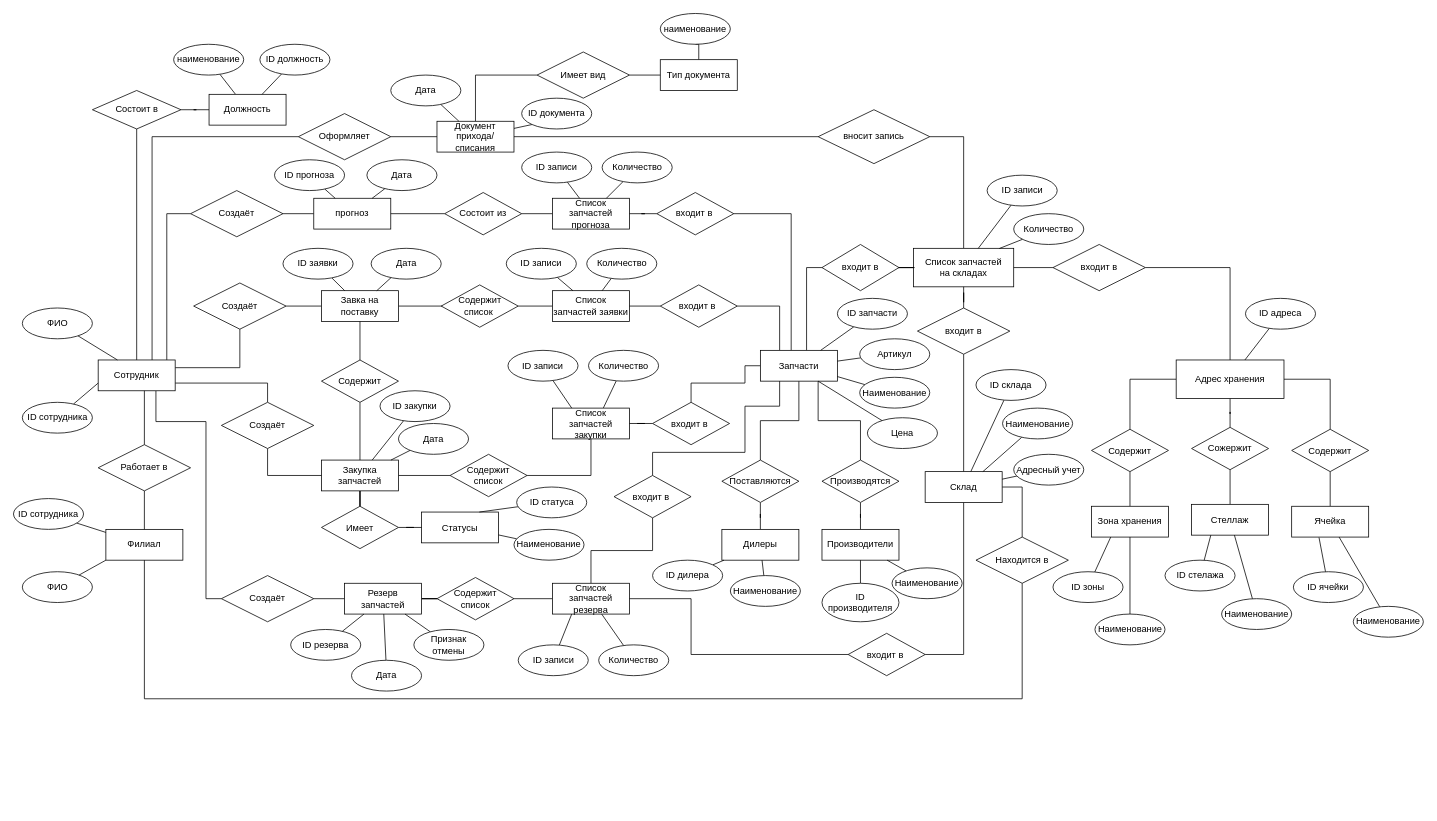
Before: ER модель.drawio in aapoplavskii/Project_Otus_SA, a draw.io diagram. Source tidied: cells renumbered, new cells numbered last; positions are measured from the earlier drawing's top-left corner, leaving out a move shared by most shapes. Both pictures are drawn from the tidied source at 77%, with x=0, y=0 at pixel (13, 13).
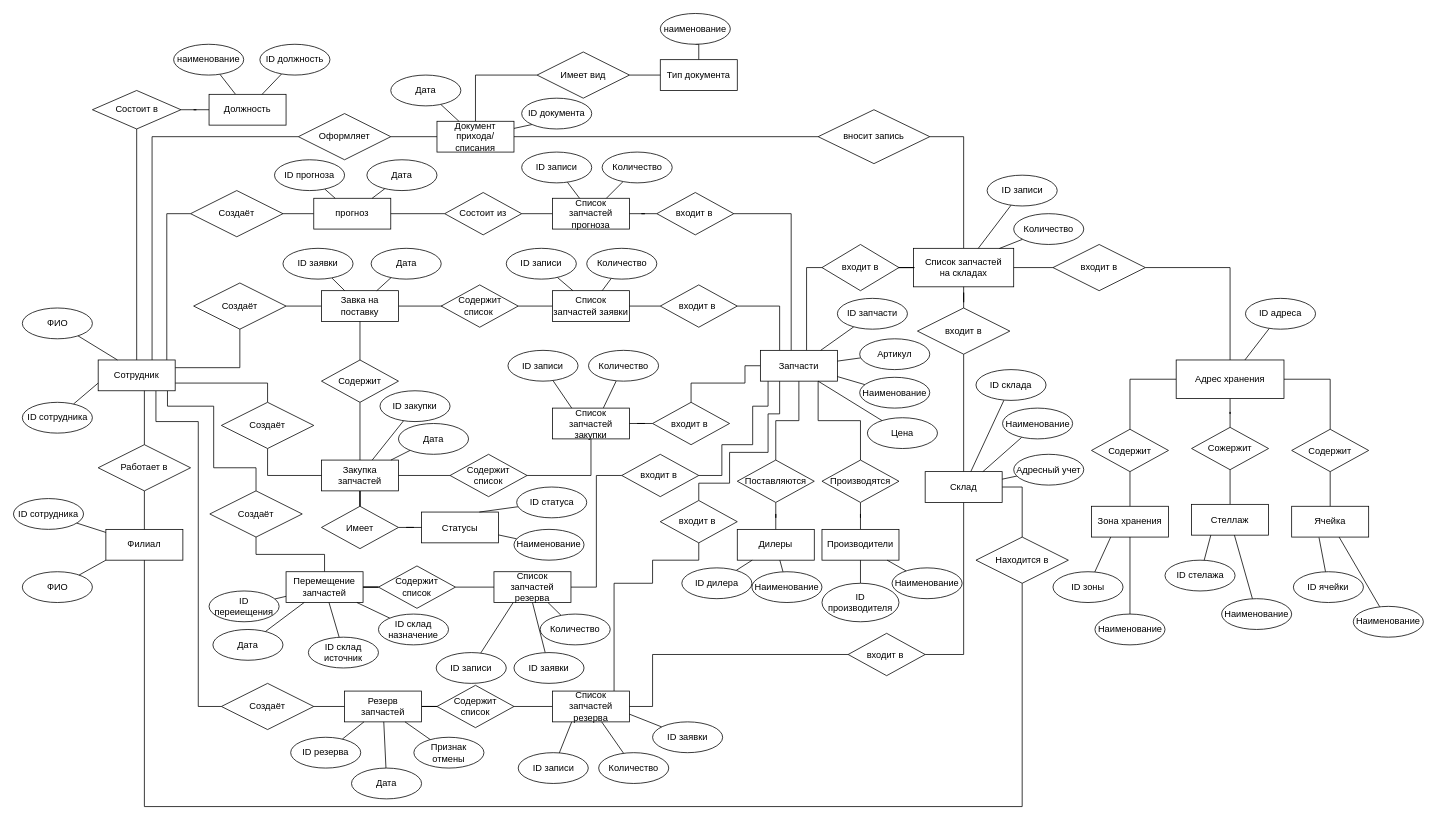
The same diagram, later.

Commit message (it also covers changes not shown here):
добавил везде перемещение

The change refers to these unchanged cells:
```xml
<mxCell id="9" value="Сотрудник" style="whiteSpace=wrap;html=1;align=center;" parent="1" vertex="1">
  <mxGeometry x="110" y="450" width="100" height="40" as="geometry" />
</mxCell>
<mxCell id="14" value="Филиал" style="whiteSpace=wrap;html=1;align=center;" parent="1" vertex="1">
  <mxGeometry x="120" y="670" width="100" height="40" as="geometry" />
</mxCell>
<mxCell id="38" value="Запчасти" style="whiteSpace=wrap;html=1;align=center;" parent="1" vertex="1">
  <mxGeometry x="970" y="437.5" width="100" height="40" as="geometry" />
</mxCell>
<mxCell id="61" value="Находится в" style="shape=rhombus;perimeter=rhombusPerimeter;whiteSpace=wrap;html=1;align=center;rotation=0;" parent="1" vertex="1">
  <mxGeometry x="1250" y="680" width="120" height="60" as="geometry" />
</mxCell>
<mxCell id="117" value="входит в&amp;nbsp;" style="shape=rhombus;perimeter=rhombusPerimeter;whiteSpace=wrap;html=1;align=center;" parent="1" vertex="1">
  <mxGeometry x="1084" y="805" width="100" height="55" as="geometry" />
</mxCell>
```

Change to the diagram source:
```diff
@@
     <mxCell id="8" style="edgeStyle=orthogonalEdgeStyle;rounded=0;jettySize=auto;html=1;exitX=0.75;exitY=1;exitDx=0;exitDy=0;endArrow=none;endFill=0;entryX=0;entryY=0.5;entryDx=0;entryDy=0;" parent="1" edge="1" source="9" target="107">
       <mxGeometry relative="1" as="geometry">
         <Array as="points">
           <mxPoint x="185" y="530" />
-          <mxPoint x="250" y="530" />
-          <mxPoint x="250" y="760" />
+          <mxPoint x="240" y="530" />
+          <mxPoint x="240" y="900" />
         </Array>
       </mxGeometry>
     </mxCell>
+    <mxCell id="209" style="edgeStyle=orthogonalEdgeStyle;rounded=0;jettySize=auto;html=1;entryX=0.5;entryY=0;entryDx=0;entryDy=0;endArrow=none;endFill=0;" parent="1" edge="1" source="9" target="214">
+      <mxGeometry relative="1" as="geometry">
+        <Array as="points">
+          <mxPoint x="200" y="510" />
+          <mxPoint x="260" y="510" />
+          <mxPoint x="260" y="590" />
+          <mxPoint x="315" y="590" />
+        </Array>
+      </mxGeometry>
+    </mxCell>
@@
+    <mxCell id="210" style="edgeStyle=orthogonalEdgeStyle;rounded=0;jettySize=auto;html=1;entryX=0.5;entryY=0;entryDx=0;entryDy=0;exitX=0.25;exitY=1;exitDx=0;exitDy=0;endArrow=none;endFill=0;" parent="1" edge="1" source="38" target="115">
+      <mxGeometry relative="1" as="geometry">
+        <Array as="points">
+          <mxPoint x="995" y="520" />
+          <mxPoint x="980" y="520" />
+          <mxPoint x="980" y="570" />
+          <mxPoint x="930" y="570" />
+          <mxPoint x="930" y="610" />
+          <mxPoint x="890" y="610" />
+        </Array>
+      </mxGeometry>
+    </mxCell>
+    <mxCell id="211" style="edgeStyle=orthogonalEdgeStyle;rounded=0;jettySize=auto;html=1;entryX=1;entryY=0.5;entryDx=0;entryDy=0;endArrow=none;endFill=0;" parent="1" edge="1" source="38" target="212">
+      <mxGeometry relative="1" as="geometry">
+        <Array as="points">
+          <mxPoint x="980" y="510" />
+          <mxPoint x="960" y="510" />
+          <mxPoint x="960" y="560" />
+          <mxPoint x="920" y="560" />
+          <mxPoint x="920" y="600" />
+        </Array>
+      </mxGeometry>
+    </mxCell>
@@
     <mxCell id="47" value="Поставляются" style="shape=rhombus;perimeter=rhombusPerimeter;whiteSpace=wrap;html=1;align=center;" parent="1" vertex="1">
-      <mxGeometry x="920" y="580" width="100" height="55" as="geometry" />
+      <mxGeometry x="940" y="580" width="100" height="55" as="geometry" />
     </mxCell>
     <mxCell id="48" value="Дилеры" style="whiteSpace=wrap;html=1;align=center;" parent="1" vertex="1">
-      <mxGeometry x="920" y="670" width="100" height="40" as="geometry" />
+      <mxGeometry x="940" y="670" width="100" height="40" as="geometry" />
     </mxCell>
@@
     <mxCell id="60" style="edgeStyle=orthogonalEdgeStyle;rounded=0;jettySize=auto;html=1;entryX=0.5;entryY=1;entryDx=0;entryDy=0;exitX=0.5;exitY=1;exitDx=0;exitDy=0;endArrow=none;endFill=0;" parent="1" edge="1" source="61" target="14">
       <mxGeometry relative="1" as="geometry">
         <Array as="points">
-          <mxPoint x="1310" y="890" />
-          <mxPoint x="170" y="890" />
+          <mxPoint x="1310" y="1030" />
+          <mxPoint x="170" y="1030" />
         </Array>
       </mxGeometry>
     </mxCell>
@@
     <mxCell id="107" value="Создаёт" style="shape=rhombus;perimeter=rhombusPerimeter;whiteSpace=wrap;html=1;align=center;" parent="1" vertex="1">
-      <mxGeometry x="270" y="730" width="120" height="60" as="geometry" />
+      <mxGeometry x="270" y="870" width="120" height="60" as="geometry" />
     </mxCell>
@@
     <mxCell id="109" value="Резерв запчастей" style="whiteSpace=wrap;html=1;align=center;" parent="1" vertex="1">
-      <mxGeometry x="430" y="740" width="100" height="40" as="geometry" />
+      <mxGeometry x="430" y="880" width="100" height="40" as="geometry" />
     </mxCell>
@@
     <mxCell id="111" value="Содержит &lt;br&gt;список" style="shape=rhombus;perimeter=rhombusPerimeter;whiteSpace=wrap;html=1;align=center;" parent="1" vertex="1">
-      <mxGeometry x="550" y="732.5" width="100" height="55" as="geometry" />
+      <mxGeometry x="550" y="872.5" width="100" height="55" as="geometry" />
     </mxCell>
     <mxCell id="112" style="edgeStyle=orthogonalEdgeStyle;rounded=0;jettySize=auto;html=1;entryX=0.5;entryY=1;entryDx=0;entryDy=0;endArrow=none;endFill=0;" parent="1" edge="1" source="113" target="115">
-      <mxGeometry relative="1" as="geometry" />
+      <mxGeometry relative="1" as="geometry">
+        <Array as="points">
+          <mxPoint x="780" y="740" />
+          <mxPoint x="830" y="740" />
+          <mxPoint x="830" y="710" />
+          <mxPoint x="890" y="710" />
+        </Array>
+      </mxGeometry>
     </mxCell>
     <mxCell id="113" value="Список запчастей резерва" style="whiteSpace=wrap;html=1;align=center;" parent="1" vertex="1">
-      <mxGeometry x="700" y="740" width="100" height="40" as="geometry" />
+      <mxGeometry x="700" y="880" width="100" height="40" as="geometry" />
     </mxCell>
-    <mxCell id="114" style="edgeStyle=orthogonalEdgeStyle;rounded=0;jettySize=auto;html=1;entryX=0.25;entryY=1;entryDx=0;entryDy=0;endArrow=none;endFill=0;" parent="1" edge="1" source="115" target="38">
-      <mxGeometry relative="1" as="geometry">
-        <Array as="points">
-          <mxPoint x="830" y="570" />
-          <mxPoint x="950" y="570" />
-          <mxPoint x="950" y="510" />
-          <mxPoint x="995" y="510" />
-        </Array>
-      </mxGeometry>
-    </mxCell>
     <mxCell id="115" value="входит в&amp;nbsp;" style="shape=rhombus;perimeter=rhombusPerimeter;whiteSpace=wrap;html=1;align=center;" parent="1" vertex="1">
-      <mxGeometry x="780" y="600" width="100" height="55" as="geometry" />
+      <mxGeometry x="840" y="632.5" width="100" height="55" as="geometry" />
     </mxCell>
     <mxCell id="116" style="edgeStyle=orthogonalEdgeStyle;rounded=0;jettySize=auto;html=1;entryX=1;entryY=0.5;entryDx=0;entryDy=0;endArrow=none;endFill=0;" parent="1" edge="1" source="117" target="113">
       <mxGeometry relative="1" as="geometry">
         <Array as="points">
-          <mxPoint x="880" y="833" />
-          <mxPoint x="880" y="760" />
+          <mxPoint x="830" y="833" />
+          <mxPoint x="830" y="900" />
         </Array>
       </mxGeometry>
     </mxCell>
@@
     <mxCell id="160" value="ID резерва" style="ellipse;whiteSpace=wrap;html=1;" parent="1" vertex="1">
-      <mxGeometry x="360" y="800" width="91" height="40" as="geometry" />
+      <mxGeometry x="360" y="940" width="91" height="40" as="geometry" />
     </mxCell>
@@
     <mxCell id="162" value="Дата" style="ellipse;whiteSpace=wrap;html=1;" parent="1" vertex="1">
-      <mxGeometry x="439" y="840" width="91" height="40" as="geometry" />
+      <mxGeometry x="439" y="980" width="91" height="40" as="geometry" />
     </mxCell>
@@
     <mxCell id="164" value="Признак&lt;br&gt;отмены" style="ellipse;whiteSpace=wrap;html=1;" parent="1" vertex="1">
-      <mxGeometry x="520" y="800" width="91" height="40" as="geometry" />
+      <mxGeometry x="520" y="940" width="91" height="40" as="geometry" />
     </mxCell>
@@
     <mxCell id="166" value="ID записи" style="ellipse;whiteSpace=wrap;html=1;" parent="1" vertex="1">
-      <mxGeometry x="655.5" y="820" width="91" height="40" as="geometry" />
+      <mxGeometry x="655.5" y="960" width="91" height="40" as="geometry" />
     </mxCell>
@@
     <mxCell id="168" value="Количество" style="ellipse;whiteSpace=wrap;html=1;" parent="1" vertex="1">
-      <mxGeometry x="760" y="820" width="91" height="40" as="geometry" />
+      <mxGeometry x="760" y="960" width="91" height="40" as="geometry" />
     </mxCell>
@@
     <mxCell id="170" value="ID дилера" style="ellipse;whiteSpace=wrap;html=1;" parent="1" vertex="1">
-      <mxGeometry x="830" y="710" width="91" height="40" as="geometry" />
+      <mxGeometry x="868" y="720" width="91" height="40" as="geometry" />
     </mxCell>
@@
     <mxCell id="172" value="Наименование" style="ellipse;whiteSpace=wrap;html=1;" parent="1" vertex="1">
-      <mxGeometry x="931" y="730" width="91" height="40" as="geometry" />
+      <mxGeometry x="959" y="725" width="91" height="40" as="geometry" />
     </mxCell>
@@
+    <mxCell id="212" value="входит в&amp;nbsp;" style="shape=rhombus;perimeter=rhombusPerimeter;whiteSpace=wrap;html=1;align=center;" parent="1" vertex="1">
+      <mxGeometry x="790" y="572.5" width="100" height="55" as="geometry" />
+    </mxCell>
+    <mxCell id="213" style="edgeStyle=orthogonalEdgeStyle;rounded=0;jettySize=auto;html=1;endArrow=none;endFill=0;" parent="1" edge="1" source="214" target="216">
+      <mxGeometry relative="1" as="geometry" />
+    </mxCell>
+    <mxCell id="214" value="Создаёт" style="shape=rhombus;perimeter=rhombusPerimeter;whiteSpace=wrap;html=1;align=center;" parent="1" vertex="1">
+      <mxGeometry x="255" y="620" width="120" height="60" as="geometry" />
+    </mxCell>
+    <mxCell id="215" style="edgeStyle=orthogonalEdgeStyle;rounded=0;jettySize=auto;html=1;entryX=0;entryY=0.5;entryDx=0;entryDy=0;endArrow=none;endFill=0;" parent="1" edge="1" source="216" target="218">
+      <mxGeometry relative="1" as="geometry" />
+    </mxCell>
+    <mxCell id="216" value="Перемещение запчастей" style="whiteSpace=wrap;html=1;align=center;" parent="1" vertex="1">
+      <mxGeometry x="354" y="725" width="100" height="40" as="geometry" />
+    </mxCell>
+    <mxCell id="217" style="edgeStyle=orthogonalEdgeStyle;rounded=0;jettySize=auto;html=1;entryX=0;entryY=0.5;entryDx=0;entryDy=0;endArrow=none;endFill=0;" parent="1" edge="1" source="218" target="220">
+      <mxGeometry relative="1" as="geometry" />
+    </mxCell>
+    <mxCell id="218" value="Содержит &lt;br&gt;список" style="shape=rhombus;perimeter=rhombusPerimeter;whiteSpace=wrap;html=1;align=center;" parent="1" vertex="1">
+      <mxGeometry x="474" y="717.5" width="100" height="55" as="geometry" />
+    </mxCell>
+    <mxCell id="219" style="edgeStyle=orthogonalEdgeStyle;rounded=0;jettySize=auto;html=1;entryX=0;entryY=0.5;entryDx=0;entryDy=0;endArrow=none;endFill=0;" parent="1" edge="1" source="220" target="212">
+      <mxGeometry relative="1" as="geometry" />
+    </mxCell>
+    <mxCell id="220" value="Список запчастей резерва" style="whiteSpace=wrap;html=1;align=center;" parent="1" vertex="1">
+      <mxGeometry x="624" y="725" width="100" height="40" as="geometry" />
+    </mxCell>
+    <mxCell id="221" style="rounded=0;jettySize=auto;html=1;endArrow=none;endFill=0;" parent="1" edge="1" source="222" target="216">
+      <mxGeometry relative="1" as="geometry" />
+    </mxCell>
+    <mxCell id="222" value="ID переиещения" style="ellipse;whiteSpace=wrap;html=1;" parent="1" vertex="1">
+      <mxGeometry x="254" y="750" width="91" height="40" as="geometry" />
+    </mxCell>
+    <mxCell id="223" style="rounded=0;jettySize=auto;html=1;endArrow=none;endFill=0;" parent="1" edge="1" source="224" target="216">
+      <mxGeometry relative="1" as="geometry" />
+    </mxCell>
+    <mxCell id="224" value="Дата" style="ellipse;whiteSpace=wrap;html=1;" parent="1" vertex="1">
+      <mxGeometry x="259" y="800" width="91" height="40" as="geometry" />
+    </mxCell>
+    <mxCell id="225" style="rounded=0;jettySize=auto;html=1;endArrow=none;endFill=0;" parent="1" edge="1" source="226" target="216">
+      <mxGeometry relative="1" as="geometry" />
+    </mxCell>
+    <mxCell id="226" value="ID склад назначение" style="ellipse;whiteSpace=wrap;html=1;" parent="1" vertex="1">
+      <mxGeometry x="474" y="780" width="91" height="40" as="geometry" />
+    </mxCell>
+    <mxCell id="227" style="rounded=0;jettySize=auto;html=1;entryX=0.25;entryY=1;entryDx=0;entryDy=0;endArrow=none;endFill=0;" parent="1" edge="1" source="228" target="220">
+      <mxGeometry relative="1" as="geometry" />
+    </mxCell>
+    <mxCell id="228" value="ID записи" style="ellipse;whiteSpace=wrap;html=1;" parent="1" vertex="1">
+      <mxGeometry x="549" y="830" width="91" height="40" as="geometry" />
+    </mxCell>
+    <mxCell id="229" style="rounded=0;jettySize=auto;html=1;endArrow=none;endFill=0;" parent="1" edge="1" source="230" target="220">
+      <mxGeometry relative="1" as="geometry" />
+    </mxCell>
+    <mxCell id="230" value="Количество" style="ellipse;whiteSpace=wrap;html=1;" parent="1" vertex="1">
+      <mxGeometry x="684" y="780" width="91" height="40" as="geometry" />
+    </mxCell>
+    <mxCell id="231" style="rounded=0;jettySize=auto;html=1;endArrow=none;endFill=0;" parent="1" edge="1" source="232" target="216">
+      <mxGeometry relative="1" as="geometry" />
+    </mxCell>
+    <mxCell id="232" value="ID склад источник" style="ellipse;whiteSpace=wrap;html=1;" parent="1" vertex="1">
+      <mxGeometry x="383" y="810" width="91" height="40" as="geometry" />
+    </mxCell>
+    <mxCell id="233" style="rounded=0;jettySize=auto;html=1;entryX=1;entryY=0.75;entryDx=0;entryDy=0;endArrow=none;endFill=0;" parent="1" edge="1" source="234" target="113">
+      <mxGeometry relative="1" as="geometry" />
+    </mxCell>
+    <mxCell id="234" value="ID заявки" style="ellipse;whiteSpace=wrap;html=1;" parent="1" vertex="1">
+      <mxGeometry x="830" y="920" width="91" height="40" as="geometry" />
+    </mxCell>
+    <mxCell id="235" style="rounded=0;jettySize=auto;html=1;entryX=0.5;entryY=1;entryDx=0;entryDy=0;endArrow=none;endFill=0;" parent="1" edge="1" source="236" target="220">
+      <mxGeometry relative="1" as="geometry" />
+    </mxCell>
+    <mxCell id="236" value="ID заявки" style="ellipse;whiteSpace=wrap;html=1;" parent="1" vertex="1">
+      <mxGeometry x="650" y="830" width="91" height="40" as="geometry" />
+    </mxCell>
```
